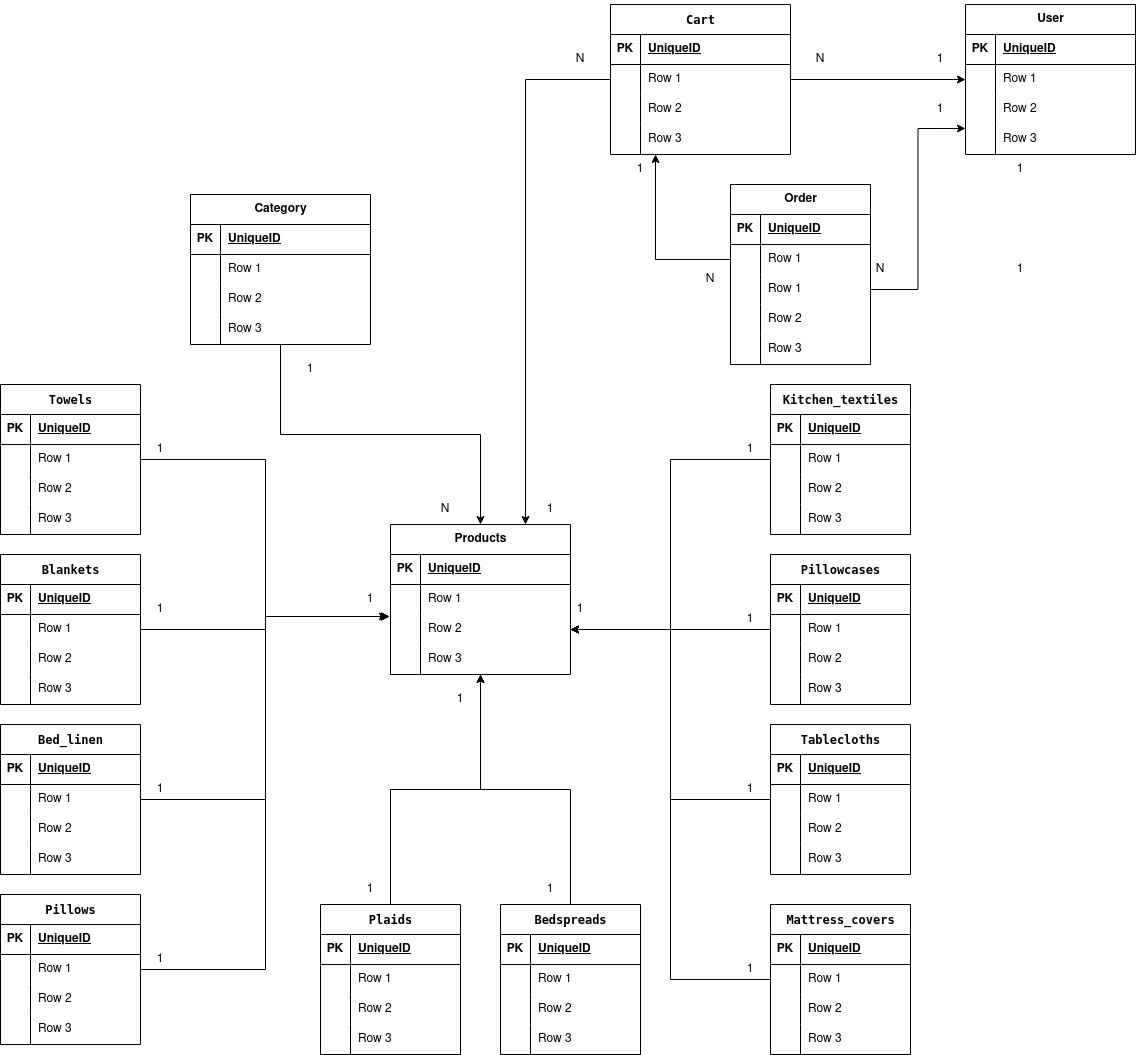
The draw.io diagram docs/db_schema.drawio.png in Nikita-dro/sonata_textile, before a commit. Source tidied: cells renumbered, new cells last; positions are measured from the earlier drawing's top-left corner, leaving out a move shared by most shapes.
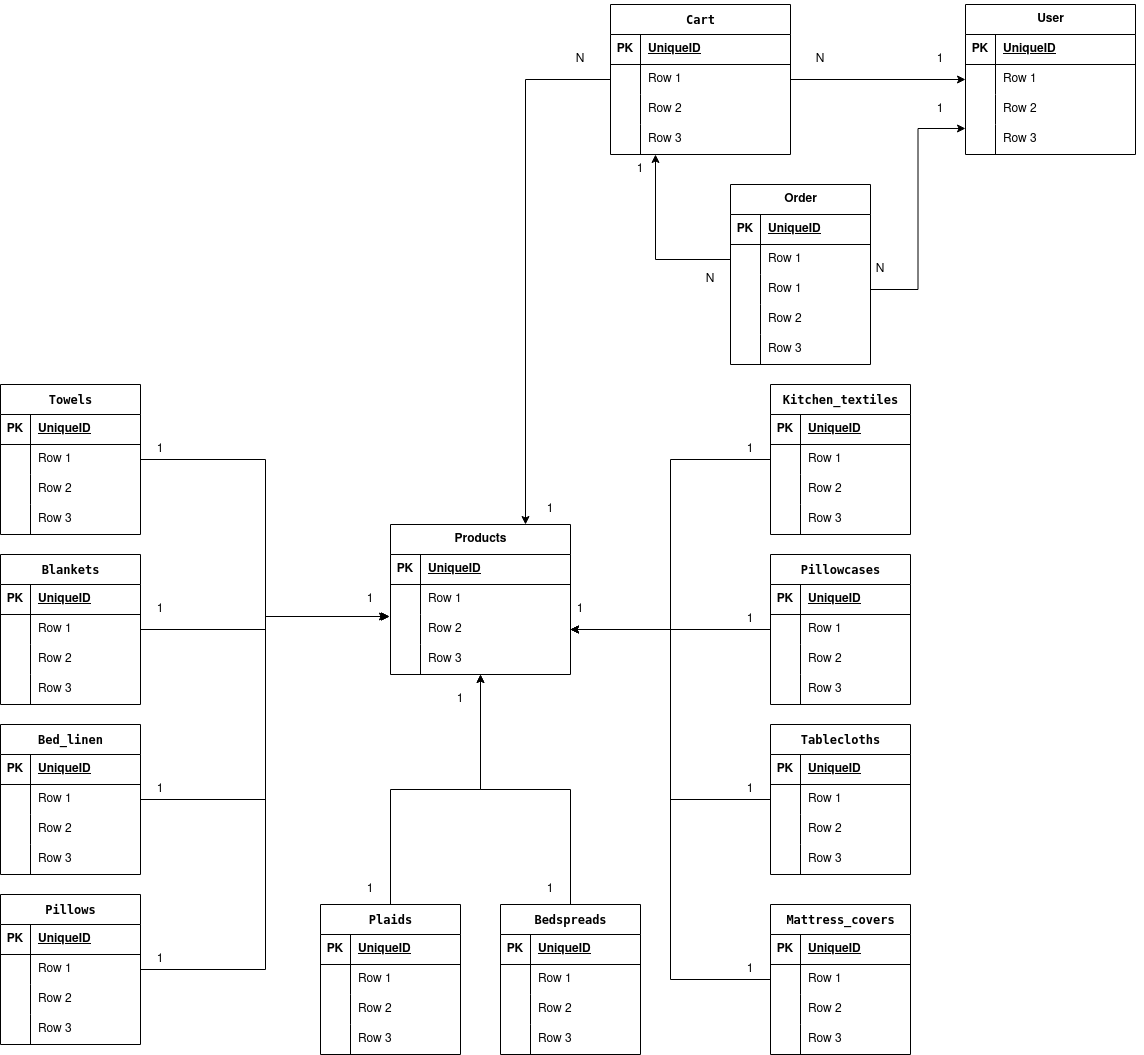
Above is the later version.

What changed in the source:
```diff
@@ -50,48 +50,6 @@
     <mxCell id="17" style="edgeStyle=orthogonalEdgeStyle;rounded=0;jettySize=auto;html=1;exitX=1;exitY=0.5;exitDx=0;exitDy=0;entryX=1;entryY=0.5;entryDx=0;entryDy=0;" parent="1" edge="1" source="88" target="84">
       <mxGeometry relative="1" as="geometry" />
     </mxCell>
-    <mxCell id="18" style="edgeStyle=orthogonalEdgeStyle;rounded=0;jettySize=auto;html=1;exitX=0.5;exitY=1;exitDx=0;exitDy=0;entryX=0.5;entryY=0;entryDx=0;entryDy=0;" parent="1" edge="1" source="19" target="32">
-      <mxGeometry relative="1" as="geometry" />
-    </mxCell>
-    <mxCell id="19" value="Category" style="shape=table;startSize=30;rowLines=0;fontStyle=1;align=center;html=1;" parent="1" vertex="1">
-      <mxGeometry x="190" y="190" width="180" height="150" as="geometry" />
-    </mxCell>
-    <mxCell id="20" style="shape=tableRow;horizontal=0;startSize=0;swimlaneHead=0;swimlaneBody=0;fillColor=none;top=0;left=0;right=0;bottom=1;" parent="19" vertex="1">
-      <mxGeometry y="30" width="180" height="30" as="geometry" />
-    </mxCell>
-    <mxCell id="21" value="PK" style="shape=partialRectangle;fillColor=none;top=0;left=0;bottom=0;right=0;fontStyle=1;overflow=hidden;whiteSpace=wrap;html=1;" parent="20" vertex="1">
-      <mxGeometry width="30" height="30" as="geometry" />
-    </mxCell>
-    <mxCell id="22" value="UniqueID" style="shape=partialRectangle;fillColor=none;top=0;left=0;bottom=0;right=0;align=left;spacingLeft=6;fontStyle=5;overflow=hidden;whiteSpace=wrap;html=1;" parent="20" vertex="1">
-      <mxGeometry x="30" width="150" height="30" as="geometry" />
-    </mxCell>
-    <mxCell id="23" style="shape=tableRow;horizontal=0;startSize=0;swimlaneHead=0;swimlaneBody=0;fillColor=none;top=0;left=0;right=0;bottom=0;" parent="19" vertex="1">
-      <mxGeometry y="60" width="180" height="30" as="geometry" />
-    </mxCell>
-    <mxCell id="24" style="shape=partialRectangle;fillColor=none;top=0;left=0;bottom=0;right=0;overflow=hidden;whiteSpace=wrap;html=1;" parent="23" vertex="1">
-      <mxGeometry width="30" height="30" as="geometry" />
-    </mxCell>
-    <mxCell id="25" value="Row 1" style="shape=partialRectangle;fillColor=none;top=0;left=0;bottom=0;right=0;align=left;spacingLeft=6;overflow=hidden;whiteSpace=wrap;html=1;" parent="23" vertex="1">
-      <mxGeometry x="30" width="150" height="30" as="geometry" />
-    </mxCell>
-    <mxCell id="26" style="shape=tableRow;horizontal=0;startSize=0;swimlaneHead=0;swimlaneBody=0;fillColor=none;top=0;left=0;right=0;bottom=0;" parent="19" vertex="1">
-      <mxGeometry y="90" width="180" height="30" as="geometry" />
-    </mxCell>
-    <mxCell id="27" style="shape=partialRectangle;fillColor=none;top=0;left=0;bottom=0;right=0;overflow=hidden;whiteSpace=wrap;html=1;" parent="26" vertex="1">
-      <mxGeometry width="30" height="30" as="geometry" />
-    </mxCell>
-    <mxCell id="28" value="Row 2" style="shape=partialRectangle;fillColor=none;top=0;left=0;bottom=0;right=0;align=left;spacingLeft=6;overflow=hidden;whiteSpace=wrap;html=1;" parent="26" vertex="1">
-      <mxGeometry x="30" width="150" height="30" as="geometry" />
-    </mxCell>
-    <mxCell id="29" style="shape=tableRow;horizontal=0;startSize=0;swimlaneHead=0;swimlaneBody=0;fillColor=none;top=0;left=0;right=0;bottom=0;" parent="19" vertex="1">
-      <mxGeometry y="120" width="180" height="30" as="geometry" />
-    </mxCell>
-    <mxCell id="30" style="shape=partialRectangle;fillColor=none;top=0;left=0;bottom=0;right=0;overflow=hidden;whiteSpace=wrap;html=1;" parent="29" vertex="1">
-      <mxGeometry width="30" height="30" as="geometry" />
-    </mxCell>
-    <mxCell id="31" value="Row 3" style="shape=partialRectangle;fillColor=none;top=0;left=0;bottom=0;right=0;align=left;spacingLeft=6;overflow=hidden;whiteSpace=wrap;html=1;" parent="29" vertex="1">
-      <mxGeometry x="30" width="150" height="30" as="geometry" />
-    </mxCell>
     <mxCell id="32" value="Products" style="shape=table;startSize=30;rowLines=0;fontStyle=1;align=center;html=1;" parent="1" vertex="1">
       <mxGeometry x="390" y="520" width="180" height="150" as="geometry" />
     </mxCell>
@@ -590,12 +548,6 @@
     <mxCell id="197" value="1" style="text;html=1;strokeColor=none;fillColor=none;align=center;verticalAlign=middle;whiteSpace=wrap;rounded=0;" parent="1" vertex="1">
       <mxGeometry x="340" y="580" width="60" height="30" as="geometry" />
     </mxCell>
-    <mxCell id="198" value="1" style="text;html=1;strokeColor=none;fillColor=none;align=center;verticalAlign=middle;whiteSpace=wrap;rounded=0;" parent="1" vertex="1">
-      <mxGeometry x="280" y="350" width="60" height="30" as="geometry" />
-    </mxCell>
-    <mxCell id="199" value="N" style="text;html=1;strokeColor=none;fillColor=none;align=center;verticalAlign=middle;whiteSpace=wrap;rounded=0;" parent="1" vertex="1">
-      <mxGeometry x="415" y="490" width="60" height="30" as="geometry" />
-    </mxCell>
     <mxCell id="200" value="&lt;pre dir=&quot;ltr&quot; style=&quot;text-align:left&quot; id=&quot;tw-target-text&quot; class=&quot;tw-data-text tw-text-large tw-ta&quot;&gt;Сart&lt;/pre&gt;" style="shape=table;startSize=30;rowLines=0;fontStyle=1;align=center;html=1;" parent="1" vertex="1">
       <mxGeometry x="610" width="180" height="150" as="geometry" />
     </mxCell>
@@ -635,12 +587,6 @@
     <mxCell id="212" value="Row 3" style="shape=partialRectangle;fillColor=none;top=0;left=0;bottom=0;right=0;align=left;spacingLeft=6;overflow=hidden;whiteSpace=wrap;html=1;" parent="210" vertex="1">
       <mxGeometry x="30" width="150" height="30" as="geometry" />
     </mxCell>
-    <mxCell id="213" value="1" style="text;html=1;strokeColor=none;fillColor=none;align=center;verticalAlign=middle;whiteSpace=wrap;rounded=0;" parent="1" vertex="1">
-      <mxGeometry x="990" y="250" width="60" height="30" as="geometry" />
-    </mxCell>
-    <mxCell id="214" value="1" style="text;html=1;strokeColor=none;fillColor=none;align=center;verticalAlign=middle;whiteSpace=wrap;rounded=0;" parent="1" vertex="1">
-      <mxGeometry x="990" y="150" width="60" height="30" as="geometry" />
-    </mxCell>
     <mxCell id="215" style="edgeStyle=orthogonalEdgeStyle;rounded=0;jettySize=auto;html=1;exitX=1;exitY=0.5;exitDx=0;exitDy=0;entryX=0;entryY=0.5;entryDx=0;entryDy=0;" parent="1" edge="1" source="204" target="6">
       <mxGeometry relative="1" as="geometry" />
     </mxCell>
```
